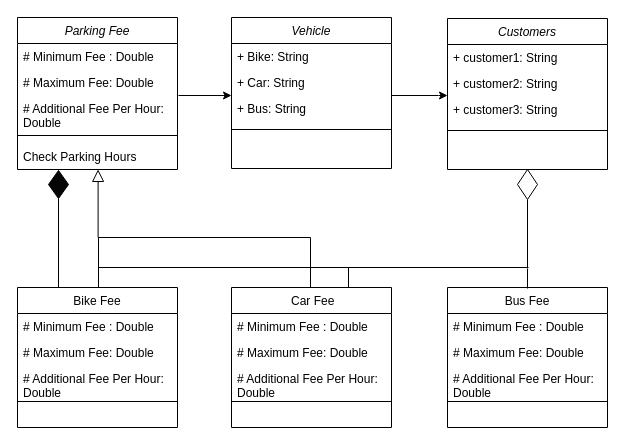
salman141/Class-Diagrams-for-Car-Parking-Calculator keeps this draw.io diagram as Untitled Diagram.drawio. Above is the earlier version. Source tidied: cells renumbered, new cells numbered last; positions are measured from the earlier drawing's top-left corner, leaving out a move shared by most shapes. Both pictures are drawn from the tidied source at 100%, with x=0, y=0 at pixel (17, 17).
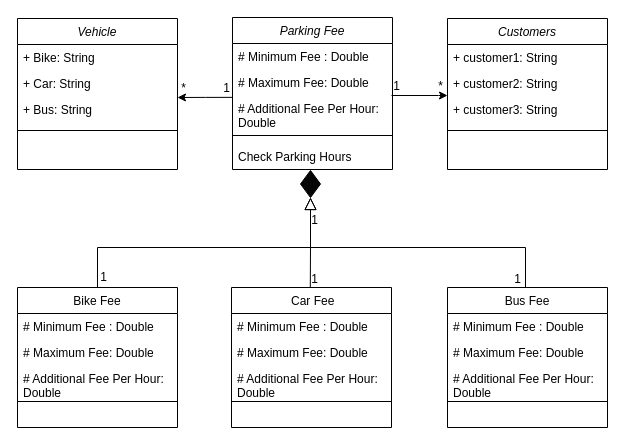
The same page after the edit.

Unchanged cells that the change refers to:
```xml
<mxCell id="5" value="# Additional Fee Per Hour:&#10;Double" style="text;align=left;verticalAlign=top;spacingLeft=4;spacingRight=4;overflow=hidden;points=[[0,0.5],[1,0.5]];portConstraint=eastwest;rounded=0;shadow=0;html=0;" parent="2" vertex="1">
  <mxGeometry y="78" width="160" height="32" as="geometry" />
</mxCell>
<mxCell id="19" value="Bike Fee" style="swimlane;fontStyle=0;align=center;verticalAlign=top;horizontal=1;startSize=26;rounded=0;shadow=0;strokeWidth=1;" parent="1" vertex="1">
  <mxGeometry y="270" width="160" height="140" as="geometry" />
</mxCell>
```

Change to the diagram source:
```diff
@@
     <mxCell id="2" value="Parking Fee" style="swimlane;fontStyle=2;align=center;verticalAlign=top;horizontal=1;startSize=26;rounded=0;shadow=0;strokeWidth=1;" parent="1" vertex="1">
-      <mxGeometry width="160" height="152" as="geometry" />
+      <mxGeometry x="215" width="160" height="152" as="geometry" />
     </mxCell>
@@
-    <mxCell id="13" style="endArrow=block;endSize=10;endFill=0;shadow=0;strokeWidth=1;rounded=0;edgeStyle=elbowEdgeStyle;elbow=vertical;exitX=0.5;exitY=0;exitDx=0;exitDy=0;entryX=0.504;entryY=0.995;entryDx=0;entryDy=0;entryPerimeter=0;" parent="1" edge="1">
+    <mxCell id="13" style="endArrow=block;endSize=10;endFill=0;shadow=0;strokeWidth=1;rounded=0;edgeStyle=elbowEdgeStyle;elbow=vertical;exitX=0.5;exitY=0;exitDx=0;exitDy=0;" parent="1" edge="1">
       <mxGeometry relative="1" as="geometry">
-        <mxPoint x="293" y="270" as="sourcePoint" />
-        <mxPoint x="80.6" y="151.9" as="targetPoint" />
+        <mxPoint x="508" y="270" as="sourcePoint" />
+        <mxPoint x="293" y="180" as="targetPoint" />
         <Array as="points">
-          <mxPoint x="260" y="220" />
-          <mxPoint x="293" y="237" />
-          <mxPoint x="379" y="217" />
+          <mxPoint x="399" y="230" />
+          <mxPoint x="505" y="229" />
+          <mxPoint x="591" y="209" />
         </Array>
       </mxGeometry>
     </mxCell>
@@
     <mxCell id="24" value="Vehicle" style="swimlane;fontStyle=2;align=center;verticalAlign=top;horizontal=1;startSize=26;rounded=0;shadow=0;strokeWidth=1;" parent="1" vertex="1">
-      <mxGeometry x="214" width="160" height="151" as="geometry" />
+      <mxGeometry y="1" width="160" height="151" as="geometry" />
     </mxCell>
@@
-    <mxCell id="34" style="rhombus;whiteSpace=wrap;html=1;" parent="1" vertex="1">
-      <mxGeometry x="500" y="152" width="20" height="30" as="geometry" />
-    </mxCell>
-    <mxCell id="35" style="edgeStyle=orthogonalEdgeStyle;rounded=0;orthogonalLoop=1;jettySize=auto;html=1;exitX=1;exitY=1.062;exitDx=0;exitDy=0;exitPerimeter=0;" parent="1" edge="1">
+    <mxCell id="35" style="edgeStyle=orthogonalEdgeStyle;rounded=0;jettySize=auto;html=1;exitX=-0.001;exitY=0.058;exitDx=0;exitDy=0;exitPerimeter=0;" parent="1" edge="1" source="5">
       <mxGeometry relative="1" as="geometry">
-        <mxPoint x="161" y="78" as="sourcePoint" />
-        <mxPoint x="214" y="78" as="targetPoint" />
+        <mxPoint x="160" y="80" as="targetPoint" />
       </mxGeometry>
     </mxCell>
-    <mxCell id="36" style="endArrow=none;html=1;rounded=0;" parent="1" edge="1">
-      <mxGeometry relative="1" as="geometry">
-        <mxPoint x="81" y="250" as="sourcePoint" />
-        <mxPoint x="511" y="250" as="targetPoint" />
-      </mxGeometry>
-    </mxCell>
-    <mxCell id="37" style="endArrow=none;html=1;rounded=0;entryX=0.5;entryY=1;entryDx=0;entryDy=0;" parent="1" edge="1" target="34">
-      <mxGeometry relative="1" as="geometry">
-        <mxPoint x="510" y="250" as="sourcePoint" />
-      </mxGeometry>
-    </mxCell>
     <mxCell id="38" style="endArrow=none;html=1;rounded=0;" parent="1" edge="1">
       <mxGeometry relative="1" as="geometry">
-        <mxPoint x="331" y="270" as="sourcePoint" />
-        <mxPoint x="331" y="250" as="targetPoint" />
+        <mxPoint x="292.8" y="270" as="sourcePoint" />
+        <mxPoint x="293" y="230" as="targetPoint" />
       </mxGeometry>
     </mxCell>
@@
-    <mxCell id="40" style="endArrow=none;html=1;rounded=0;" parent="1" edge="1">
-      <mxGeometry relative="1" as="geometry">
-        <mxPoint x="510" y="271" as="sourcePoint" />
-        <mxPoint x="510" y="251" as="targetPoint" />
-      </mxGeometry>
-    </mxCell>
-    <mxCell id="41" style="rhombus;whiteSpace=wrap;html=1;fillColor=#050505;" parent="1" vertex="1">
-      <mxGeometry x="31" y="153" width="20" height="28" as="geometry" />
-    </mxCell>
-    <mxCell id="42" style="endArrow=none;html=1;rounded=0;entryX=0.5;entryY=1;entryDx=0;entryDy=0;" parent="1" edge="1" target="41">
-      <mxGeometry relative="1" as="geometry">
-        <mxPoint x="41" y="270" as="sourcePoint" />
-      </mxGeometry>
-    </mxCell>
-    <mxCell id="43" style="endArrow=none;html=1;rounded=0;" parent="1" edge="1">
-      <mxGeometry relative="1" as="geometry">
-        <mxPoint x="81" y="270" as="sourcePoint" />
-        <mxPoint x="81" y="220" as="targetPoint" />
-      </mxGeometry>
-    </mxCell>
+    <mxCell id="44" style="endArrow=block;endSize=10;endFill=0;shadow=0;strokeWidth=1;rounded=0;edgeStyle=elbowEdgeStyle;elbow=vertical;exitX=0.5;exitY=0;exitDx=0;exitDy=0;" parent="1" edge="1" source="19">
+      <mxGeometry relative="1" as="geometry">
+        <mxPoint x="293" y="180" as="targetPoint" />
+        <Array as="points">
+          <mxPoint x="191" y="230" />
+          <mxPoint x="526" y="249" />
+          <mxPoint x="612" y="229" />
+        </Array>
+      </mxGeometry>
+    </mxCell>
+    <mxCell id="45" style="rhombus;whiteSpace=wrap;html=1;fillColor=#050505;" parent="1" vertex="1">
+      <mxGeometry x="283" y="153" width="20" height="27" as="geometry" />
+    </mxCell>
+    <mxCell id="46" value="1" style="text;html=1;align=center;verticalAlign=middle;strokeColor=none;fillColor=none;" parent="1" vertex="1">
+      <mxGeometry x="364" y="54" width="30" height="30" as="geometry" />
+    </mxCell>
+    <mxCell id="47" value="*" style="text;html=1;align=center;verticalAlign=middle;strokeColor=none;fillColor=none;" parent="1" vertex="1">
+      <mxGeometry x="408" y="54" width="30" height="30" as="geometry" />
+    </mxCell>
+    <mxCell id="48" value="1" style="text;html=1;align=center;verticalAlign=middle;strokeColor=none;fillColor=none;" parent="1" vertex="1">
+      <mxGeometry x="194" y="56" width="30" height="30" as="geometry" />
+    </mxCell>
+    <mxCell id="49" value="*" style="text;html=1;align=center;verticalAlign=middle;strokeColor=none;fillColor=none;" parent="1" vertex="1">
+      <mxGeometry x="151" y="56" width="30" height="30" as="geometry" />
+    </mxCell>
+    <mxCell id="50" value="1" style="text;html=1;align=center;verticalAlign=middle;strokeColor=none;fillColor=none;" parent="1" vertex="1">
+      <mxGeometry x="282" y="188" width="30" height="30" as="geometry" />
+    </mxCell>
+    <mxCell id="51" value="1" style="text;html=1;align=center;verticalAlign=middle;strokeColor=none;fillColor=none;" parent="1" vertex="1">
+      <mxGeometry x="71" y="245" width="30" height="30" as="geometry" />
+    </mxCell>
+    <mxCell id="52" value="1" style="text;html=1;align=center;verticalAlign=middle;strokeColor=none;fillColor=none;" parent="1" vertex="1">
+      <mxGeometry x="282" y="247" width="30" height="30" as="geometry" />
+    </mxCell>
+    <mxCell id="53" value="1" style="text;html=1;align=center;verticalAlign=middle;strokeColor=none;fillColor=none;" parent="1" vertex="1">
+      <mxGeometry x="485" y="247" width="30" height="30" as="geometry" />
+    </mxCell>
```
